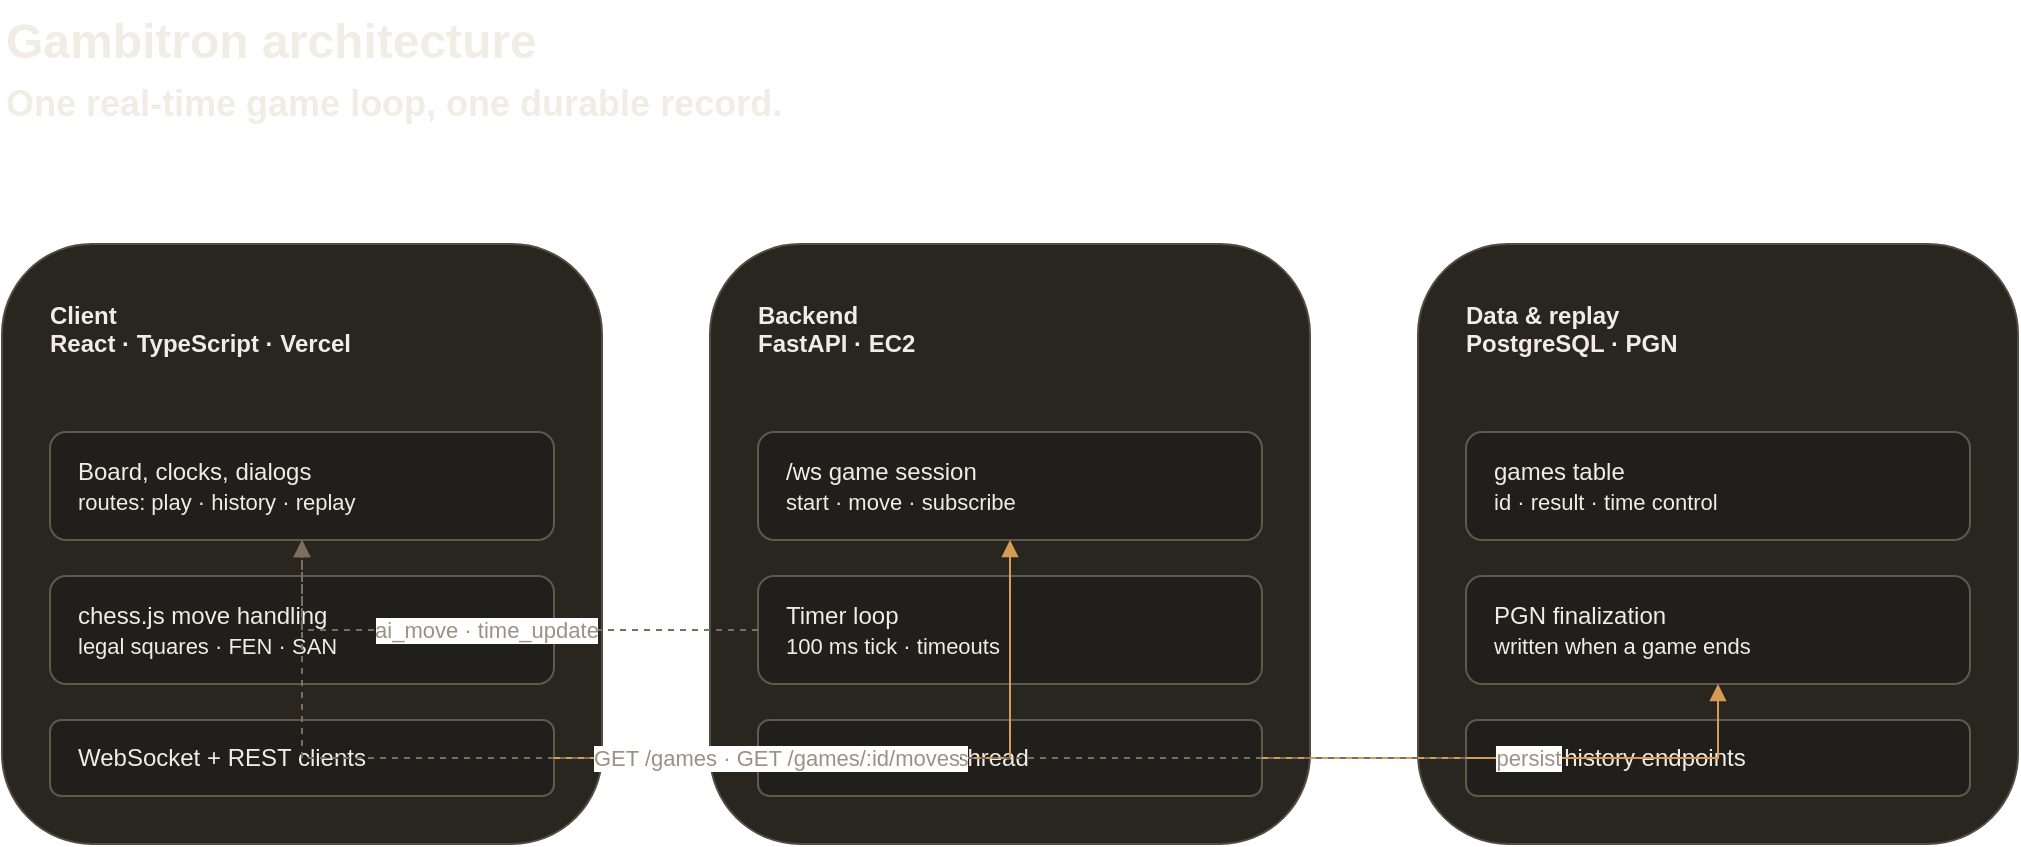
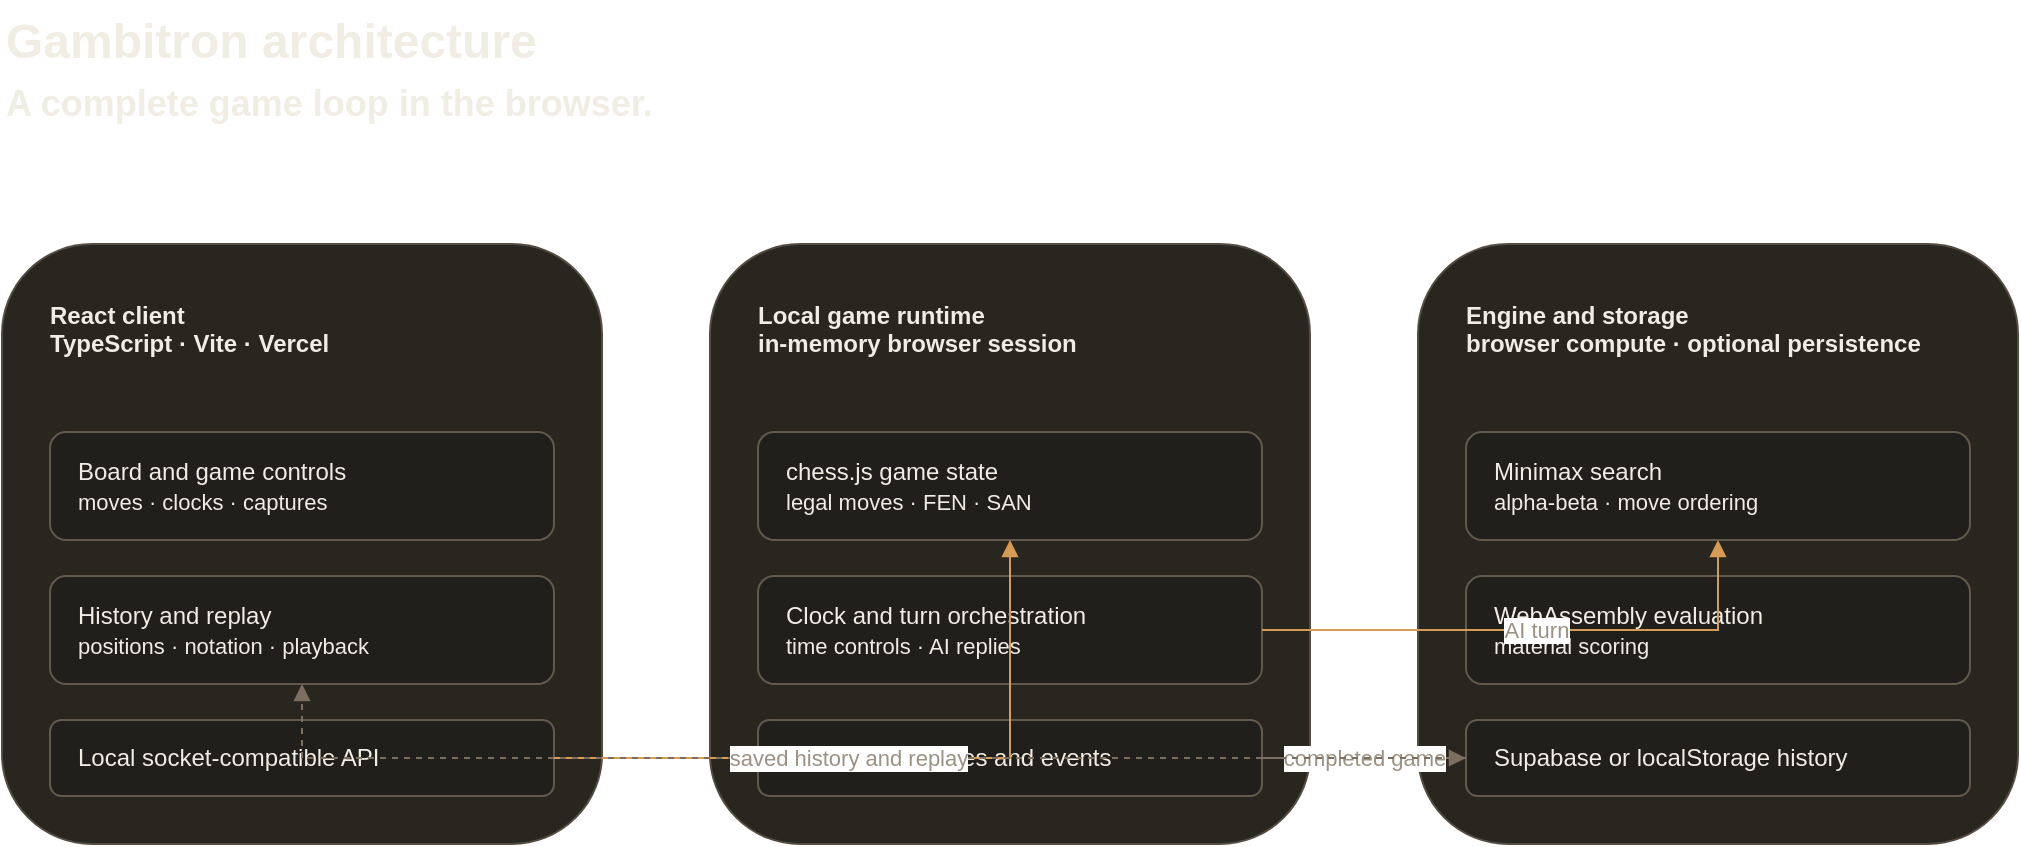
- <mxfile host="app.diagrams.net" modified="2026-05-16T00:00:00.000Z" agent="Codex" version="24.7.17" type="device">
+ <mxfile host="app.diagrams.net" modified="2026-07-12T00:00:00.000Z" agent="Codex" version="24.7.17" type="device">
  <diagram id="gambitron-architecture" name="Gambitron Architecture">
    <mxGraphModel dx="1120" dy="660" grid="1" gridSize="10" guides="1" tooltips="1" connect="1" arrows="1" fold="1" page="1" pageScale="1" pageWidth="1120" pageHeight="660" math="0" shadow="0">
      <root>
-         <mxCell id="0"/>
-         <mxCell id="1" parent="0"/>
-         <mxCell id="title" value="Gambitron architecture&lt;br&gt;&lt;font style=&quot;font-size: 18px;&quot;&gt;One real-time game loop, one durable record.&lt;/font&gt;" style="rounded=0;whiteSpace=wrap;html=1;strokeColor=none;fillColor=none;fontColor=#f1ece4;align=left;verticalAlign=top;fontStyle=1;fontSize=24;" vertex="1" parent="1">
-           <mxGeometry x="56" y="40" width="760" height="80" as="geometry"/>
-         </mxCell>
- 
-         <mxCell id="client-group" value="Client&lt;br&gt;&lt;font style=&quot;font-size: 12px;&quot;&gt;React · TypeScript · Vercel&lt;/font&gt;" style="rounded=1;whiteSpace=wrap;html=1;fillColor=#29251f;strokeColor=#544c42;fontColor=#f1ece4;align=left;verticalAlign=top;spacing=24;fontStyle=1;" vertex="1" parent="1">
-           <mxGeometry x="56" y="162" width="300" height="300" as="geometry"/>
-         </mxCell>
-         <mxCell id="client-ui" value="Board, clocks, dialogs&lt;br&gt;&lt;font style=&quot;font-size: 11px;&quot;&gt;routes: play · history · replay&lt;/font&gt;" style="rounded=1;whiteSpace=wrap;html=1;fillColor=#211f1b;strokeColor=#62594d;fontColor=#f1ece4;align=left;spacing=14;" vertex="1" parent="1">
-           <mxGeometry x="80" y="256" width="252" height="54" as="geometry"/>
-         </mxCell>
-         <mxCell id="client-chess" value="chess.js move handling&lt;br&gt;&lt;font style=&quot;font-size: 11px;&quot;&gt;legal squares · FEN · SAN&lt;/font&gt;" style="rounded=1;whiteSpace=wrap;html=1;fillColor=#211f1b;strokeColor=#62594d;fontColor=#f1ece4;align=left;spacing=14;" vertex="1" parent="1">
-           <mxGeometry x="80" y="328" width="252" height="54" as="geometry"/>
-         </mxCell>
-         <mxCell id="client-ws" value="WebSocket + REST clients" style="rounded=1;whiteSpace=wrap;html=1;fillColor=#211f1b;strokeColor=#62594d;fontColor=#f1ece4;align=left;spacing=14;" vertex="1" parent="1">
-           <mxGeometry x="80" y="400" width="252" height="38" as="geometry"/>
-         </mxCell>
- 
-         <mxCell id="backend-group" value="Backend&lt;br&gt;&lt;font style=&quot;font-size: 12px;&quot;&gt;FastAPI · EC2&lt;/font&gt;" style="rounded=1;whiteSpace=wrap;html=1;fillColor=#29251f;strokeColor=#544c42;fontColor=#f1ece4;align=left;verticalAlign=top;spacing=24;fontStyle=1;" vertex="1" parent="1">
-           <mxGeometry x="410" y="162" width="300" height="300" as="geometry"/>
-         </mxCell>
-         <mxCell id="backend-ws" value="/ws game session&lt;br&gt;&lt;font style=&quot;font-size: 11px;&quot;&gt;start · move · subscribe&lt;/font&gt;" style="rounded=1;whiteSpace=wrap;html=1;fillColor=#211f1b;strokeColor=#62594d;fontColor=#f1ece4;align=left;spacing=14;" vertex="1" parent="1">
-           <mxGeometry x="434" y="256" width="252" height="54" as="geometry"/>
-         </mxCell>
-         <mxCell id="backend-timer" value="Timer loop&lt;br&gt;&lt;font style=&quot;font-size: 11px;&quot;&gt;100 ms tick · timeouts&lt;/font&gt;" style="rounded=1;whiteSpace=wrap;html=1;fillColor=#211f1b;strokeColor=#62594d;fontColor=#f1ece4;align=left;spacing=14;" vertex="1" parent="1">
-           <mxGeometry x="434" y="328" width="252" height="54" as="geometry"/>
-         </mxCell>
-         <mxCell id="backend-engine" value="Minimax engine thread" style="rounded=1;whiteSpace=wrap;html=1;fillColor=#211f1b;strokeColor=#62594d;fontColor=#f1ece4;align=left;spacing=14;" vertex="1" parent="1">
-           <mxGeometry x="434" y="400" width="252" height="38" as="geometry"/>
-         </mxCell>
- 
-         <mxCell id="data-group" value="Data &amp; replay&lt;br&gt;&lt;font style=&quot;font-size: 12px;&quot;&gt;PostgreSQL · PGN&lt;/font&gt;" style="rounded=1;whiteSpace=wrap;html=1;fillColor=#29251f;strokeColor=#544c42;fontColor=#f1ece4;align=left;verticalAlign=top;spacing=24;fontStyle=1;" vertex="1" parent="1">
-           <mxGeometry x="764" y="162" width="300" height="300" as="geometry"/>
-         </mxCell>
-         <mxCell id="data-games" value="games table&lt;br&gt;&lt;font style=&quot;font-size: 11px;&quot;&gt;id · result · time control&lt;/font&gt;" style="rounded=1;whiteSpace=wrap;html=1;fillColor=#211f1b;strokeColor=#62594d;fontColor=#f1ece4;align=left;spacing=14;" vertex="1" parent="1">
-           <mxGeometry x="788" y="256" width="252" height="54" as="geometry"/>
-         </mxCell>
-         <mxCell id="data-pgn" value="PGN finalization&lt;br&gt;&lt;font style=&quot;font-size: 11px;&quot;&gt;written when a game ends&lt;/font&gt;" style="rounded=1;whiteSpace=wrap;html=1;fillColor=#211f1b;strokeColor=#62594d;fontColor=#f1ece4;align=left;spacing=14;" vertex="1" parent="1">
-           <mxGeometry x="788" y="328" width="252" height="54" as="geometry"/>
-         </mxCell>
-         <mxCell id="data-rest" value="REST history endpoints" style="rounded=1;whiteSpace=wrap;html=1;fillColor=#211f1b;strokeColor=#62594d;fontColor=#f1ece4;align=left;spacing=14;" vertex="1" parent="1">
-           <mxGeometry x="788" y="400" width="252" height="38" as="geometry"/>
-         </mxCell>
- 
-         <mxCell id="edge-ws" value="WebSocket /ws" style="endArrow=block;html=1;rounded=0;strokeColor=#d69b55;fontColor=#9b9184;edgeStyle=orthogonalEdgeStyle;" edge="1" parent="1" source="client-ws" target="backend-ws">
-           <mxGeometry relative="1" as="geometry"/>
-         </mxCell>
-         <mxCell id="edge-persist" value="persist" style="endArrow=block;html=1;rounded=0;strokeColor=#d69b55;fontColor=#9b9184;edgeStyle=orthogonalEdgeStyle;" edge="1" parent="1" source="backend-engine" target="data-pgn">
-           <mxGeometry relative="1" as="geometry"/>
-         </mxCell>
-         <mxCell id="edge-rest" value="GET /games · GET /games/:id/moves" style="endArrow=block;html=1;rounded=0;strokeColor=#7d6f60;dashed=1;fontColor=#9b9184;edgeStyle=orthogonalEdgeStyle;" edge="1" parent="1" source="data-rest" target="client-ui">
-           <mxGeometry relative="1" as="geometry"/>
-         </mxCell>
-         <mxCell id="edge-updates" value="ai_move · time_update" style="endArrow=block;html=1;rounded=0;strokeColor=#7d6f60;dashed=1;fontColor=#9b9184;edgeStyle=orthogonalEdgeStyle;" edge="1" parent="1" source="backend-timer" target="client-ui">
-           <mxGeometry relative="1" as="geometry"/>
-         </mxCell>
+         <mxCell id="0"/><mxCell id="1" parent="0"/>
+         <mxCell id="title" value="Gambitron architecture&lt;br&gt;&lt;font style=&quot;font-size: 18px;&quot;&gt;A complete game loop in the browser.&lt;/font&gt;" style="rounded=0;whiteSpace=wrap;html=1;strokeColor=none;fillColor=none;fontColor=#f1ece4;align=left;verticalAlign=top;fontStyle=1;fontSize=24;" vertex="1" parent="1"><mxGeometry x="56" y="40" width="760" height="80" as="geometry"/></mxCell>
+         <mxCell id="client" value="React client&lt;br&gt;&lt;font style=&quot;font-size: 12px;&quot;&gt;TypeScript · Vite · Vercel&lt;/font&gt;" style="rounded=1;whiteSpace=wrap;html=1;fillColor=#29251f;strokeColor=#544c42;fontColor=#f1ece4;align=left;verticalAlign=top;spacing=24;fontStyle=1;" vertex="1" parent="1"><mxGeometry x="56" y="162" width="300" height="300" as="geometry"/></mxCell>
+         <mxCell id="ui" value="Board and game controls&lt;br&gt;&lt;font style=&quot;font-size: 11px;&quot;&gt;moves · clocks · captures&lt;/font&gt;" style="rounded=1;whiteSpace=wrap;html=1;fillColor=#211f1b;strokeColor=#62594d;fontColor=#f1ece4;align=left;spacing=14;" vertex="1" parent="1"><mxGeometry x="80" y="256" width="252" height="54" as="geometry"/></mxCell>
+         <mxCell id="history" value="History and replay&lt;br&gt;&lt;font style=&quot;font-size: 11px;&quot;&gt;positions · notation · playback&lt;/font&gt;" style="rounded=1;whiteSpace=wrap;html=1;fillColor=#211f1b;strokeColor=#62594d;fontColor=#f1ece4;align=left;spacing=14;" vertex="1" parent="1"><mxGeometry x="80" y="328" width="252" height="54" as="geometry"/></mxCell>
+         <mxCell id="socket" value="Local socket-compatible API" style="rounded=1;whiteSpace=wrap;html=1;fillColor=#211f1b;strokeColor=#62594d;fontColor=#f1ece4;align=left;spacing=14;" vertex="1" parent="1"><mxGeometry x="80" y="400" width="252" height="38" as="geometry"/></mxCell>
+         <mxCell id="runtime" value="Local game runtime&lt;br&gt;&lt;font style=&quot;font-size: 12px;&quot;&gt;in-memory browser session&lt;/font&gt;" style="rounded=1;whiteSpace=wrap;html=1;fillColor=#29251f;strokeColor=#544c42;fontColor=#f1ece4;align=left;verticalAlign=top;spacing=24;fontStyle=1;" vertex="1" parent="1"><mxGeometry x="410" y="162" width="300" height="300" as="geometry"/></mxCell>
+         <mxCell id="rules" value="chess.js game state&lt;br&gt;&lt;font style=&quot;font-size: 11px;&quot;&gt;legal moves · FEN · SAN&lt;/font&gt;" style="rounded=1;whiteSpace=wrap;html=1;fillColor=#211f1b;strokeColor=#62594d;fontColor=#f1ece4;align=left;spacing=14;" vertex="1" parent="1"><mxGeometry x="434" y="256" width="252" height="54" as="geometry"/></mxCell>
+         <mxCell id="turns" value="Clock and turn orchestration&lt;br&gt;&lt;font style=&quot;font-size: 11px;&quot;&gt;time controls · AI replies&lt;/font&gt;" style="rounded=1;whiteSpace=wrap;html=1;fillColor=#211f1b;strokeColor=#62594d;fontColor=#f1ece4;align=left;spacing=14;" vertex="1" parent="1"><mxGeometry x="434" y="328" width="252" height="54" as="geometry"/></mxCell>
+         <mxCell id="events" value="Session messages and events" style="rounded=1;whiteSpace=wrap;html=1;fillColor=#211f1b;strokeColor=#62594d;fontColor=#f1ece4;align=left;spacing=14;" vertex="1" parent="1"><mxGeometry x="434" y="400" width="252" height="38" as="geometry"/></mxCell>
+         <mxCell id="engine" value="Engine and storage&lt;br&gt;&lt;font style=&quot;font-size: 12px;&quot;&gt;browser compute · optional persistence&lt;/font&gt;" style="rounded=1;whiteSpace=wrap;html=1;fillColor=#29251f;strokeColor=#544c42;fontColor=#f1ece4;align=left;verticalAlign=top;spacing=24;fontStyle=1;" vertex="1" parent="1"><mxGeometry x="764" y="162" width="300" height="300" as="geometry"/></mxCell>
+         <mxCell id="minimax" value="Minimax search&lt;br&gt;&lt;font style=&quot;font-size: 11px;&quot;&gt;alpha-beta · move ordering&lt;/font&gt;" style="rounded=1;whiteSpace=wrap;html=1;fillColor=#211f1b;strokeColor=#62594d;fontColor=#f1ece4;align=left;spacing=14;" vertex="1" parent="1"><mxGeometry x="788" y="256" width="252" height="54" as="geometry"/></mxCell>
+         <mxCell id="wasm" value="WebAssembly evaluation&lt;br&gt;&lt;font style=&quot;font-size: 11px;&quot;&gt;material scoring&lt;/font&gt;" style="rounded=1;whiteSpace=wrap;html=1;fillColor=#211f1b;strokeColor=#62594d;fontColor=#f1ece4;align=left;spacing=14;" vertex="1" parent="1"><mxGeometry x="788" y="328" width="252" height="54" as="geometry"/></mxCell>
+         <mxCell id="storage" value="Supabase or localStorage history" style="rounded=1;whiteSpace=wrap;html=1;fillColor=#211f1b;strokeColor=#62594d;fontColor=#f1ece4;align=left;spacing=14;" vertex="1" parent="1"><mxGeometry x="788" y="400" width="252" height="38" as="geometry"/></mxCell>
+         <mxCell id="edge-client-runtime" value="messages" style="endArrow=block;html=1;rounded=0;strokeColor=#d69b55;fontColor=#9b9184;edgeStyle=orthogonalEdgeStyle;" edge="1" parent="1" source="socket" target="rules"><mxGeometry relative="1" as="geometry"/></mxCell>
+         <mxCell id="edge-runtime-engine" value="AI turn" style="endArrow=block;html=1;rounded=0;strokeColor=#d69b55;fontColor=#9b9184;edgeStyle=orthogonalEdgeStyle;" edge="1" parent="1" source="turns" target="minimax"><mxGeometry relative="1" as="geometry"/></mxCell>
+         <mxCell id="edge-save" value="completed game" style="endArrow=block;html=1;rounded=0;strokeColor=#7d6f60;dashed=1;fontColor=#9b9184;edgeStyle=orthogonalEdgeStyle;" edge="1" parent="1" source="events" target="storage"><mxGeometry relative="1" as="geometry"/></mxCell>
+         <mxCell id="edge-replay" value="saved history and replay" style="endArrow=block;html=1;rounded=0;strokeColor=#7d6f60;dashed=1;fontColor=#9b9184;edgeStyle=orthogonalEdgeStyle;" edge="1" parent="1" source="storage" target="history"><mxGeometry relative="1" as="geometry"/></mxCell>
      </root>
    </mxGraphModel>
  </diagram>
</mxfile>
